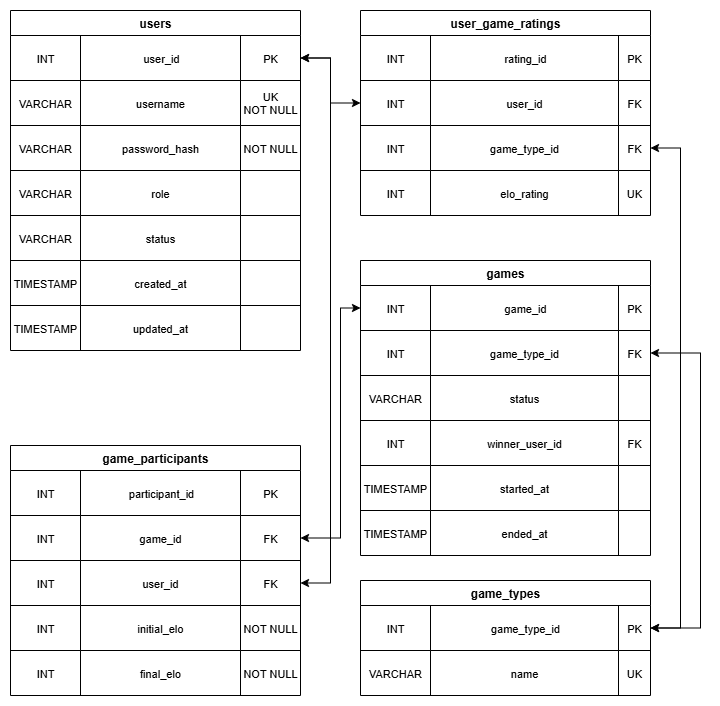
hm98112/cheat-key keeps this draw.io diagram as docs/database_schema.png. Above is the earlier version. Source tidied: cells renumbered, new cells last; positions are measured from the earlier drawing's top-left corner, leaving out a move shared by most shapes.
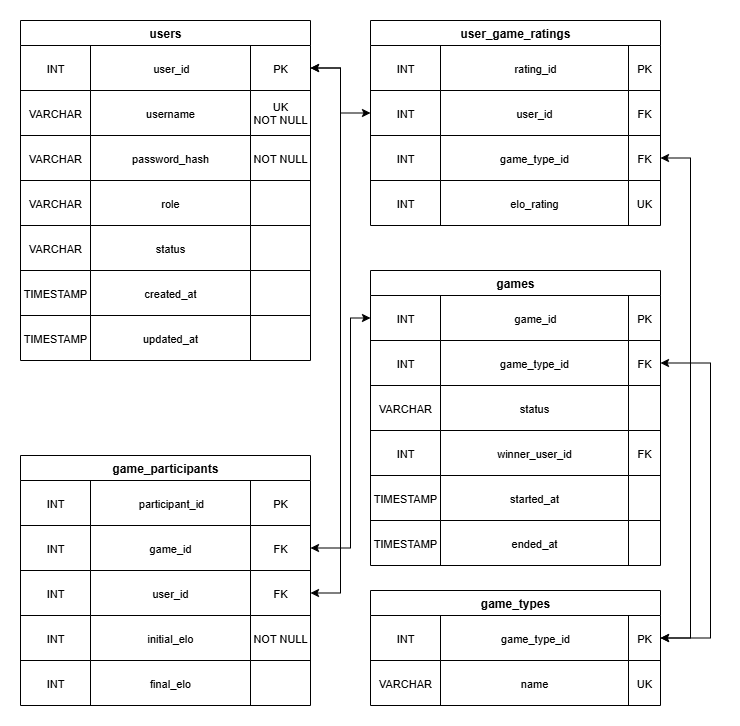
After the change.

Change to the diagram source:
```diff
@@ -302,7 +302,7 @@
     <mxCell id="101" value="final_elo" style="shape=partialRectangle;fillColor=none;top=0;left=0;bottom=0;right=0;align=center;overflow=hidden;fontSize=11;" parent="99" vertex="1">
       <mxGeometry x="70" width="160" height="45" as="geometry" />
     </mxCell>
-    <mxCell id="102" value="NOT NULL" style="shape=partialRectangle;fillColor=none;top=0;left=0;bottom=0;right=0;align=center;overflow=hidden;fontSize=11;" parent="99" vertex="1">
+    <mxCell id="102" style="shape=partialRectangle;fillColor=none;top=0;left=0;bottom=0;right=0;align=center;overflow=hidden;fontSize=11;" parent="99" vertex="1">
       <mxGeometry x="230" width="60" height="45" as="geometry" />
     </mxCell>
     <mxCell id="103" style="endArrow=classic;startArrow=classic;html=1;rounded=0;fontFamily=Helvetica;fontSize=11;fontColor=default;fontStyle=1;exitX=1;exitY=0.5;exitDx=0;exitDy=0;entryX=1;entryY=0.5;entryDx=0;entryDy=0;edgeStyle=elbowEdgeStyle;elbow=vertical;" parent="1" edge="1" source="36" target="57">
```
